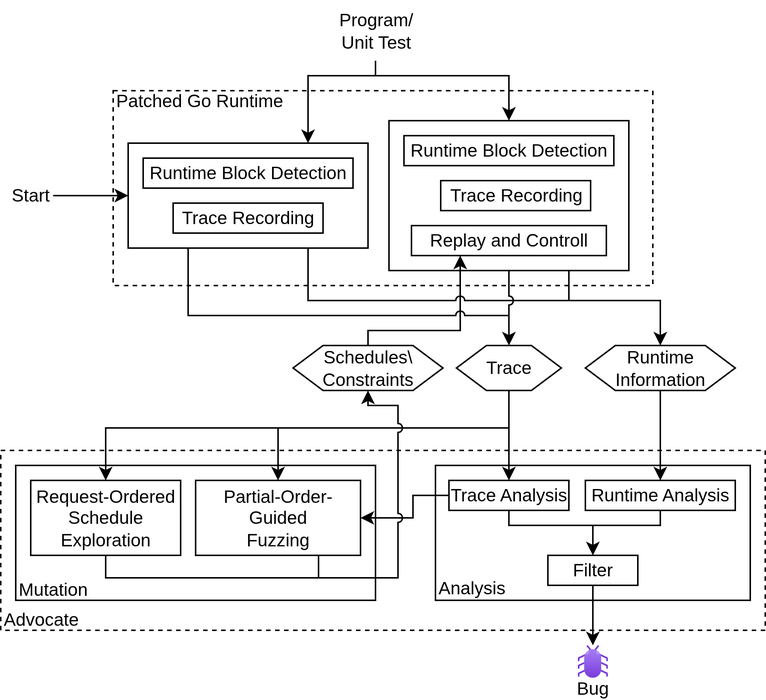
Before: doc/img/architecture/architecture.png, a diagram exported from draw.io (ErikKassubek/ADVOCATE). Source tidied: cells renumbered, new cells last; positions are measured from the earlier drawing's top-left corner, leaving out a move shared by most shapes.
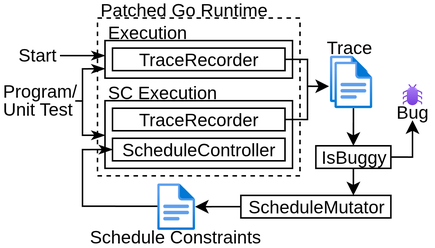
The same file after the commit.

Change to the diagram source:
```diff
@@ -2,240 +2,146 @@
   <root>
     <mxCell id="0" />
     <mxCell id="1" parent="0" />
-    <mxCell id="2" style="rounded=0;whiteSpace=wrap;html=1;dashed=1;" parent="1" vertex="1">
-      <mxGeometry x="75" y="60" width="360" height="130" as="geometry" />
-    </mxCell>
-    <mxCell id="3" style="group;" parent="1" vertex="1">
-      <mxGeometry x="259" y="80" width="160" height="100" as="geometry" />
-    </mxCell>
-    <mxCell id="4" style="edgeStyle=orthogonalEdgeStyle;rounded=0;jettySize=auto;html=1;entryX=0.5;entryY=0;entryDx=0;entryDy=0;" parent="3" edge="1" target="5">
-      <mxGeometry relative="1" as="geometry">
-        <mxPoint x="-14" y="-30" as="sourcePoint" />
-        <Array as="points">
-          <mxPoint x="-9" y="-30" />
-          <mxPoint x="80" y="-30" />
-        </Array>
-      </mxGeometry>
-    </mxCell>
-    <mxCell id="5" style="rounded=0;whiteSpace=wrap;html=1;" parent="3" vertex="1">
-      <mxGeometry width="160" height="100" as="geometry" />
-    </mxCell>
-    <mxCell id="6" value="Replay and Controll" style="rounded=0;whiteSpace=wrap;html=1;" parent="3" vertex="1">
-      <mxGeometry x="15" y="70" width="130" height="20" as="geometry" />
-    </mxCell>
-    <mxCell id="7" value="Trace Recording" style="rounded=0;whiteSpace=wrap;html=1;" parent="3" vertex="1">
-      <mxGeometry x="34.5" y="40" width="100" height="20" as="geometry" />
-    </mxCell>
-    <mxCell id="8" value="Runtime Block Detection" style="rounded=0;whiteSpace=wrap;html=1;" parent="3" vertex="1">
-      <mxGeometry x="10" y="10" width="140" height="20" as="geometry" />
-    </mxCell>
-    <mxCell id="9" style="rounded=0;whiteSpace=wrap;html=1;dashed=1;" parent="1" vertex="1">
-      <mxGeometry y="300" width="510" height="120" as="geometry" />
-    </mxCell>
-    <mxCell id="10" style="edgeStyle=orthogonalEdgeStyle;rounded=0;jettySize=auto;html=1;exitX=0.5;exitY=0;exitDx=0;exitDy=0;entryX=0.25;entryY=1;entryDx=0;entryDy=0;" parent="1" edge="1" source="14" target="6">
-      <mxGeometry relative="1" as="geometry">
-        <Array as="points">
-          <mxPoint x="245" y="220" />
-          <mxPoint x="307" y="220" />
-        </Array>
-      </mxGeometry>
-    </mxCell>
-    <mxCell id="11" style="edgeStyle=orthogonalEdgeStyle;rounded=0;jettySize=auto;html=1;exitX=0.75;exitY=1;exitDx=0;exitDy=0;entryX=0.5;entryY=0;entryDx=0;entryDy=0;" parent="1" edge="1" source="5" target="12">
-      <mxGeometry relative="1" as="geometry">
-        <Array as="points">
-          <mxPoint x="379" y="200" />
-          <mxPoint x="440" y="200" />
-        </Array>
-      </mxGeometry>
-    </mxCell>
-    <mxCell id="12" value="Runtime&lt;div&gt;Information&lt;/div&gt;" style="shape=hexagon;perimeter=hexagonPerimeter2;whiteSpace=wrap;html=1;fixedSize=1;" parent="1" vertex="1">
-      <mxGeometry x="390" y="230" width="100" height="30" as="geometry" />
-    </mxCell>
+    <mxCell id="44" value="Patched Go Runtime" style="text;html=1;whiteSpace=wrap;strokeColor=none;fillColor=none;align=left;verticalAlign=middle;rounded=0;" parent="1" vertex="1">
+      <mxGeometry x="-60" y="135" width="115" height="10" as="geometry" />
+    </mxCell>
+    <mxCell id="26" value="Start" style="text;html=1;whiteSpace=wrap;strokeColor=none;fillColor=none;align=center;verticalAlign=middle;rounded=0;" parent="1" vertex="1">
+      <mxGeometry x="-115" y="165" width="30" height="10" as="geometry" />
+    </mxCell>
+    <mxCell id="52" style="group;" parent="1" vertex="1">
+      <mxGeometry x="-125" y="189" width="50" height="22" as="geometry" />
+    </mxCell>
+    <mxCell id="53" value="Program/" style="text;html=1;whiteSpace=wrap;strokeColor=none;fillColor=none;align=left;verticalAlign=middle;rounded=0;" parent="52" vertex="1">
+      <mxGeometry width="50" height="10" as="geometry" />
+    </mxCell>
+    <mxCell id="54" value="Unit Test" style="text;html=1;whiteSpace=wrap;strokeColor=none;fillColor=none;align=left;verticalAlign=middle;rounded=0;" parent="52" vertex="1">
+      <mxGeometry y="12" width="50" height="10" as="geometry" />
+    </mxCell>
+    <mxCell id="55" style="rounded=0;whiteSpace=wrap;html=1;dashed=1;" parent="1" vertex="1">
+      <mxGeometry x="-60" y="145" width="135" height="105" as="geometry" />
+    </mxCell>
+    <mxCell id="56" style="rounded=0;whiteSpace=wrap;html=1;" parent="1" vertex="1">
+      <mxGeometry x="-55" y="160" width="125" height="25" as="geometry" />
+    </mxCell>
+    <mxCell id="57" style="edgeStyle=orthogonalEdgeStyle;rounded=0;jettySize=auto;html=1;exitX=1;exitY=0.5;exitDx=0;exitDy=0;entryX=-0.026;entryY=0.659;entryDx=0;entryDy=0;entryPerimeter=0;" parent="1" edge="1" source="58" target="74">
+      <mxGeometry relative="1" as="geometry">
+        <Array as="points">
+          <mxPoint x="80" y="172" />
+          <mxPoint x="80" y="190" />
+        </Array>
+      </mxGeometry>
+    </mxCell>
+    <mxCell id="58" value="TraceRecorder" style="rounded=0;whiteSpace=wrap;html=1;" parent="1" vertex="1">
+      <mxGeometry x="-50" y="165" width="115" height="15" as="geometry" />
+    </mxCell>
+    <mxCell id="59" value="Execution" style="text;html=1;whiteSpace=wrap;strokeColor=none;fillColor=none;align=left;verticalAlign=middle;rounded=0;" parent="1" vertex="1">
+      <mxGeometry x="-55" y="150" width="60" height="10" as="geometry" />
+    </mxCell>
+    <mxCell id="60" style="group;" parent="1" vertex="1">
+      <mxGeometry x="-55" y="190" width="125" height="55" as="geometry" />
+    </mxCell>
+    <mxCell id="61" style="rounded=0;whiteSpace=wrap;html=1;" parent="60" vertex="1">
+      <mxGeometry y="10" width="125" height="45" as="geometry" />
+    </mxCell>
+    <mxCell id="62" style="edgeStyle=orthogonalEdgeStyle;rounded=0;jettySize=auto;html=1;exitX=1;exitY=0.5;exitDx=0;exitDy=0;endArrow=none;endFill=0;" parent="60" edge="1" source="63">
+      <mxGeometry relative="1" as="geometry">
+        <mxPoint x="135" y="23" as="targetPoint" />
+      </mxGeometry>
+    </mxCell>
+    <mxCell id="63" value="TraceRecorder" style="rounded=0;whiteSpace=wrap;html=1;" parent="60" vertex="1">
+      <mxGeometry x="5" y="15" width="115" height="15" as="geometry" />
+    </mxCell>
+    <mxCell id="64" value="SC Execution" style="text;html=1;whiteSpace=wrap;strokeColor=none;fillColor=none;align=left;verticalAlign=middle;rounded=0;" parent="60" vertex="1">
+      <mxGeometry width="90" height="10" as="geometry" />
+    </mxCell>
+    <mxCell id="65" value="ScheduleController" style="rounded=0;whiteSpace=wrap;html=1;" parent="60" vertex="1">
+      <mxGeometry x="5" y="35" width="115" height="15" as="geometry" />
+    </mxCell>
+    <mxCell id="66" style="edgeStyle=orthogonalEdgeStyle;rounded=0;jettySize=auto;html=1;exitX=1.003;exitY=-0.085;exitDx=0;exitDy=0;entryX=0;entryY=0.5;entryDx=0;entryDy=0;endArrow=classicThin;endFill=1;exitPerimeter=0;" parent="1" edge="1" source="54" target="61">
+      <mxGeometry relative="1" as="geometry">
+        <Array as="points">
+          <mxPoint x="-70" y="200" />
+          <mxPoint x="-70" y="223" />
+          <mxPoint x="-55" y="223" />
+        </Array>
+      </mxGeometry>
+    </mxCell>
+    <mxCell id="67" style="edgeStyle=orthogonalEdgeStyle;rounded=0;jettySize=auto;html=1;entryX=0;entryY=0.75;entryDx=0;entryDy=0;endArrow=classicThin;endFill=1;" parent="1" edge="1" target="56">
+      <mxGeometry relative="1" as="geometry">
+        <mxPoint x="-70" y="200" as="sourcePoint" />
+        <Array as="points">
+          <mxPoint x="-70" y="200" />
+          <mxPoint x="-70" y="179" />
+        </Array>
+      </mxGeometry>
+    </mxCell>
+    <mxCell id="68" style="edgeStyle=orthogonalEdgeStyle;rounded=0;jettySize=auto;html=1;endArrow=classicThin;endFill=1;" parent="1" edge="1" source="26">
+      <mxGeometry relative="1" as="geometry">
+        <mxPoint x="-55" y="170" as="targetPoint" />
+      </mxGeometry>
+    </mxCell>
+    <mxCell id="69" style="edgeStyle=orthogonalEdgeStyle;rounded=0;jettySize=auto;html=1;exitX=0.023;exitY=0.491;exitDx=0;exitDy=0;entryX=0;entryY=0.5;entryDx=0;entryDy=0;endArrow=classicThin;endFill=1;exitPerimeter=0;" parent="1" edge="1" source="72" target="65">
+      <mxGeometry relative="1" as="geometry">
+        <Array as="points">
+          <mxPoint x="-70" y="270" />
+          <mxPoint x="-70" y="232" />
+        </Array>
+      </mxGeometry>
+    </mxCell>
+    <mxCell id="70" style="group;" parent="1" vertex="1">
+      <mxGeometry x="135" y="189" width="30" height="24" as="geometry" />
+    </mxCell>
+    <mxCell id="71" style="image;html=1;align=center;fontSize=12;image=img/lib/azure2/general/Bug.svg;" parent="70" vertex="1">
+      <mxGeometry x="8.5" width="12.9" height="14" as="geometry" />
+    </mxCell>
+    <mxCell id="47" value="Bug" style="text;html=1;whiteSpace=wrap;strokeColor=none;fillColor=none;align=center;verticalAlign=middle;rounded=0;" parent="70" vertex="1">
+      <mxGeometry y="14" width="30" height="10" as="geometry" />
+    </mxCell>
+    <mxCell id="72" style="image;html=1;points=[];align=center;fontSize=12;image=img/lib/azure2/general/File.svg;" parent="1" vertex="1">
+      <mxGeometry x="-20.2" y="255" width="25.2" height="31" as="geometry" />
+    </mxCell>
+    <mxCell id="73" style="group;" parent="1" vertex="1">
+      <mxGeometry x="95" y="170" width="28.2" height="35" as="geometry" />
+    </mxCell>
+    <mxCell id="74" style="image;html=1;points=[];align=center;fontSize=12;image=img/lib/azure2/general/File.svg;" parent="73" vertex="1">
+      <mxGeometry width="25.2" height="31" as="geometry" />
+    </mxCell>
+    <mxCell id="75" style="image;html=1;points=[];align=center;fontSize=12;image=img/lib/azure2/general/File.svg;" parent="73" vertex="1">
+      <mxGeometry x="3" y="4" width="25.2" height="31" as="geometry" />
+    </mxCell>
-    <mxCell id="13" value="Trace" style="shape=hexagon;perimeter=hexagonPerimeter2;whiteSpace=wrap;html=1;fixedSize=1;" parent="1" vertex="1">
-      <mxGeometry x="304" y="230" width="70" height="30" as="geometry" />
+    <mxCell id="13" value="Trace" style="text;html=1;whiteSpace=wrap;strokeColor=none;fillColor=none;align=center;verticalAlign=middle;rounded=0;" parent="1" vertex="1">
+      <mxGeometry x="93.2" y="160" width="30" height="10" as="geometry" />
     </mxCell>
-    <mxCell id="14" value="Schedules\&lt;div&gt;Constraints&lt;/div&gt;" style="shape=hexagon;perimeter=hexagonPerimeter2;whiteSpace=wrap;html=1;fixedSize=1;" parent="1" vertex="1">
-      <mxGeometry x="195" y="230" width="100" height="30" as="geometry" />
-    </mxCell>
-    <mxCell id="15" style="group;" parent="1" vertex="1">
-      <mxGeometry x="290" y="310" width="210" height="90" as="geometry" />
-    </mxCell>
-    <mxCell id="16" style="rounded=0;whiteSpace=wrap;html=1;" parent="15" vertex="1">
-      <mxGeometry width="210" height="90" as="geometry" />
-    </mxCell>
-    <mxCell id="17" value="Filter" style="rounded=0;whiteSpace=wrap;html=1;" parent="15" vertex="1">
-      <mxGeometry x="75" y="60" width="60" height="20" as="geometry" />
-    </mxCell>
-    <mxCell id="18" style="edgeStyle=orthogonalEdgeStyle;rounded=0;jettySize=auto;html=1;exitX=0.5;exitY=1;exitDx=0;exitDy=0;entryX=0.5;entryY=0;entryDx=0;entryDy=0;" parent="15" edge="1" source="19" target="17">
-      <mxGeometry relative="1" as="geometry">
-        <Array as="points">
-          <mxPoint x="150" y="40" />
-          <mxPoint x="105" y="40" />
-        </Array>
-      </mxGeometry>
-    </mxCell>
-    <mxCell id="19" value="Runtime Analysis" style="rounded=0;whiteSpace=wrap;html=1;" parent="15" vertex="1">
-      <mxGeometry x="100" y="10" width="100" height="20" as="geometry" />
-    </mxCell>
-    <mxCell id="20" style="edgeStyle=orthogonalEdgeStyle;rounded=0;jettySize=auto;html=1;exitX=0.5;exitY=1;exitDx=0;exitDy=0;endArrow=none;endFill=0;" parent="15" edge="1" source="21">
-      <mxGeometry relative="1" as="geometry">
-        <mxPoint x="110" y="40" as="targetPoint" />
-        <Array as="points">
-          <mxPoint x="50" y="40" />
-          <mxPoint x="95" y="40" />
-        </Array>
-      </mxGeometry>
-    </mxCell>
-    <mxCell id="21" value="Trace Analysis" style="rounded=0;whiteSpace=wrap;html=1;" parent="15" vertex="1">
-      <mxGeometry x="9" y="10" width="80" height="20" as="geometry" />
-    </mxCell>
-    <mxCell id="22" value="Analysis" style="text;html=1;align=left;verticalAlign=middle;whiteSpace=wrap;rounded=0;" parent="15" vertex="1">
-      <mxGeometry y="74" width="50" height="16" as="geometry" />
-    </mxCell>
-    <mxCell id="23" style="edgeStyle=orthogonalEdgeStyle;rounded=0;jettySize=auto;html=1;exitX=0.5;exitY=1;exitDx=0;exitDy=0;entryX=0.5;entryY=0;entryDx=0;entryDy=0;" parent="1" edge="1" source="12" target="19">
-      <mxGeometry relative="1" as="geometry">
-        <Array as="points">
-          <mxPoint x="440" y="270" />
-          <mxPoint x="440" y="270" />
-        </Array>
-      </mxGeometry>
-    </mxCell>
-    <mxCell id="24" style="edgeStyle=orthogonalEdgeStyle;rounded=0;jettySize=auto;html=1;exitX=0.5;exitY=1;exitDx=0;exitDy=0;entryX=0.5;entryY=0;entryDx=0;entryDy=0;" parent="1" edge="1" source="13" target="21">
-      <mxGeometry relative="1" as="geometry">
-        <Array as="points">
-          <mxPoint x="339" y="260" />
-        </Array>
-      </mxGeometry>
-    </mxCell>
-    <mxCell id="25" style="rounded=0;jettySize=auto;html=1;entryX=0;entryY=0.5;entryDx=0;entryDy=0;" parent="1" edge="1" source="26" target="31">
-      <mxGeometry relative="1" as="geometry" />
-    </mxCell>
-    <mxCell id="26" value="Start" style="text;html=1;align=center;verticalAlign=middle;whiteSpace=wrap;rounded=0;" parent="1" vertex="1">
-      <mxGeometry x="5" y="115" width="30" height="30" as="geometry" />
-    </mxCell>
-    <mxCell id="27" style="edgeStyle=orthogonalEdgeStyle;rounded=0;orthogonalLoop=1;jettySize=auto;html=1;entryX=0.75;entryY=0;entryDx=0;entryDy=0;" parent="1" edge="1">
-      <mxGeometry relative="1" as="geometry">
-        <mxPoint x="250" y="40" as="sourcePoint" />
-        <mxPoint x="205" y="95" as="targetPoint" />
-        <Array as="points">
-          <mxPoint x="250" y="50" />
-          <mxPoint x="205" y="50" />
-        </Array>
-      </mxGeometry>
-    </mxCell>
-    <mxCell id="28" value="&lt;span style=&quot;text-wrap-mode: wrap; float: none; background-color: rgb(255, 255, 255); display: inline !important; color: rgb(0, 0, 0);&quot;&gt;Program/&lt;/span&gt;&lt;div style=&quot;text-wrap-mode: wrap; color: rgb(0, 0, 0);&quot;&gt;&lt;span style=&quot;background-color: rgb(255, 255, 255);&quot;&gt;Unit Test&lt;/span&gt;&lt;/div&gt;" style="text;html=1;align=center;verticalAlign=middle;strokeColor=none;fillColor=none;" parent="1" vertex="1">
-      <mxGeometry x="215" width="70" height="40" as="geometry" />
-    </mxCell>
-    <mxCell id="29" style="group;" parent="1" vertex="1">
-      <mxGeometry x="85" y="95" width="160" height="70" as="geometry" />
-    </mxCell>
-    <mxCell id="30" style="edgeStyle=orthogonalEdgeStyle;rounded=0;jettySize=auto;html=1;exitX=0.25;exitY=1;exitDx=0;exitDy=0;endArrow=none;endFill=0;jumpStyle=arc;" parent="29" edge="1" source="31">
-      <mxGeometry relative="1" as="geometry">
-        <mxPoint x="254" y="115" as="targetPoint" />
-        <Array as="points">
-          <mxPoint x="40" y="115" />
-        </Array>
-      </mxGeometry>
-    </mxCell>
-    <mxCell id="31" style="rounded=0;whiteSpace=wrap;html=1;" parent="29" vertex="1">
-      <mxGeometry width="160" height="70" as="geometry" />
-    </mxCell>
-    <mxCell id="32" value="Trace Recording" style="rounded=0;whiteSpace=wrap;html=1;" parent="29" vertex="1">
-      <mxGeometry x="30" y="40" width="100" height="20" as="geometry" />
-    </mxCell>
-    <mxCell id="33" value="Runtime Block Detection" style="rounded=0;whiteSpace=wrap;html=1;" parent="29" vertex="1">
-      <mxGeometry x="10" y="10" width="140" height="20" as="geometry" />
-    </mxCell>
-    <mxCell id="34" style="edgeStyle=orthogonalEdgeStyle;rounded=0;jettySize=auto;html=1;exitX=0.75;exitY=1;exitDx=0;exitDy=0;endArrow=none;endFill=0;jumpStyle=arc;" parent="29" edge="1" source="31">
-      <mxGeometry relative="1" as="geometry">
-        <mxPoint x="293.9" y="105" as="targetPoint" />
-        <Array as="points">
-          <mxPoint x="120" y="105" />
-        </Array>
-      </mxGeometry>
-    </mxCell>
-    <mxCell id="35" style="rounded=0;whiteSpace=wrap;html=1;" parent="1" vertex="1">
-      <mxGeometry x="10" y="310" width="240" height="90" as="geometry" />
-    </mxCell>
-    <mxCell id="36" style="edgeStyle=orthogonalEdgeStyle;rounded=0;jettySize=auto;html=1;exitX=0.5;exitY=1;exitDx=0;exitDy=0;endArrow=none;endFill=0;" parent="1" edge="1" source="38">
-      <mxGeometry relative="1" as="geometry">
-        <mxPoint x="185" y="385" as="targetPoint" />
-        <Array as="points">
-          <mxPoint x="70" y="385" />
-        </Array>
-      </mxGeometry>
-    </mxCell>
-    <mxCell id="37" style="edgeStyle=orthogonalEdgeStyle;rounded=0;jettySize=auto;html=1;exitX=0.5;exitY=0;exitDx=0;exitDy=0;entryX=0.5;entryY=0;entryDx=0;entryDy=0;" parent="1" edge="1" target="38">
-      <mxGeometry relative="1" as="geometry">
-        <mxPoint x="185" y="290" as="sourcePoint" />
-        <Array as="points">
-          <mxPoint x="185" y="285" />
-          <mxPoint x="70" y="285" />
-        </Array>
-      </mxGeometry>
-    </mxCell>
-    <mxCell id="38" value="Request-Ordered Schedule&lt;div&gt;Exploration&lt;/div&gt;" style="rounded=0;whiteSpace=wrap;html=1;" parent="1" vertex="1">
-      <mxGeometry x="20" y="320" width="100" height="50" as="geometry" />
-    </mxCell>
-    <mxCell id="39" style="edgeStyle=orthogonalEdgeStyle;rounded=0;jettySize=auto;html=1;exitX=0.5;exitY=0;exitDx=0;exitDy=0;endArrow=none;endFill=0;startArrow=classic;startFill=1;" parent="1" edge="1" source="40">
-      <mxGeometry relative="1" as="geometry">
-        <mxPoint x="335" y="285" as="targetPoint" />
-        <Array as="points">
-          <mxPoint x="185" y="285" />
-          <mxPoint x="339" y="285" />
-        </Array>
-      </mxGeometry>
-    </mxCell>
-    <mxCell id="40" value="Partial-Order-&lt;div&gt;Guided&lt;/div&gt;&lt;div&gt;Fuzzing&lt;/div&gt;" style="rounded=0;whiteSpace=wrap;html=1;" parent="1" vertex="1">
-      <mxGeometry x="130" y="320" width="110" height="50" as="geometry" />
-    </mxCell>
-    <mxCell id="41" value="Mutation" style="text;html=1;align=left;verticalAlign=middle;whiteSpace=wrap;rounded=0;" parent="1" vertex="1">
-      <mxGeometry x="10" y="386" width="47.4" height="14" as="geometry" />
-    </mxCell>
-    <mxCell id="42" style="edgeStyle=orthogonalEdgeStyle;rounded=0;jettySize=auto;html=1;exitX=0.5;exitY=1;exitDx=0;exitDy=0;entryX=0.5;entryY=0;entryDx=0;entryDy=0;jumpStyle=arc;" parent="1" edge="1" source="5" target="13">
-      <mxGeometry relative="1" as="geometry" />
-    </mxCell>
-    <mxCell id="43" value="Advocate" style="text;html=1;align=left;verticalAlign=middle;whiteSpace=wrap;rounded=0;" parent="1" vertex="1">
-      <mxGeometry y="406" width="60" height="14" as="geometry" />
-    </mxCell>
-    <mxCell id="44" value="Patched Go Runtime" style="text;html=1;align=left;verticalAlign=middle;whiteSpace=wrap;rounded=0;" parent="1" vertex="1">
-      <mxGeometry x="75" y="60" width="120" height="14" as="geometry" />
-    </mxCell>
-    <mxCell id="45" style="edgeStyle=orthogonalEdgeStyle;rounded=0;jettySize=auto;html=1;exitX=0.5;exitY=1;exitDx=0;exitDy=0;" parent="1" edge="1" source="17" target="48">
-      <mxGeometry relative="1" as="geometry" />
-    </mxCell>
-    <mxCell id="46" style="group;" parent="1" vertex="1">
-      <mxGeometry x="375" y="430" width="40" height="36.7" as="geometry" />
-    </mxCell>
-    <mxCell id="47" value="Bug" style="text;html=1;align=center;verticalAlign=middle;whiteSpace=wrap;rounded=0;" parent="46" vertex="1">
-      <mxGeometry y="21.7" width="40" height="15" as="geometry" />
-    </mxCell>
-    <mxCell id="48" style="image;html=1;points=[];align=center;fontSize=12;image=img/lib/azure2/general/Bug.svg;" parent="46" vertex="1">
-      <mxGeometry x="10" width="20" height="21.7" as="geometry" />
-    </mxCell>
-    <mxCell id="49" style="edgeStyle=orthogonalEdgeStyle;rounded=0;jettySize=auto;html=1;exitX=0;exitY=0.5;exitDx=0;exitDy=0;entryX=1;entryY=0.5;entryDx=0;entryDy=0;" parent="1" edge="1" source="21" target="40">
-      <mxGeometry relative="1" as="geometry">
-        <Array as="points">
-          <mxPoint x="275" y="330" />
-          <mxPoint x="275" y="345" />
-        </Array>
-      </mxGeometry>
-    </mxCell>
-    <mxCell id="50" style="edgeStyle=orthogonalEdgeStyle;rounded=0;jettySize=auto;html=1;entryX=0.5;entryY=1;entryDx=0;entryDy=0;jumpStyle=arc;" parent="1" edge="1" target="14">
-      <mxGeometry relative="1" as="geometry">
-        <mxPoint x="185" y="385" as="sourcePoint" />
-        <Array as="points">
-          <mxPoint x="265" y="385" />
-          <mxPoint x="265" y="270" />
-          <mxPoint x="245" y="270" />
-        </Array>
-      </mxGeometry>
-    </mxCell>
-    <mxCell id="51" style="endArrow=none;html=1;rounded=0;endFill=0;" parent="1" edge="1">
-      <mxGeometry relative="1" as="geometry">
-        <mxPoint x="212" y="370" as="sourcePoint" />
-        <mxPoint x="212" y="385" as="targetPoint" />
-      </mxGeometry>
-    </mxCell>
+    <mxCell id="76" value="Schedule Constraints" style="text;html=1;whiteSpace=wrap;strokeColor=none;fillColor=none;align=center;verticalAlign=middle;rounded=0;" parent="1" vertex="1">
+      <mxGeometry x="-67.6" y="286" width="120" height="10" as="geometry" />
+    </mxCell>
+    <mxCell id="77" style="endArrow=none;html=1;rounded=0;" parent="1" edge="1">
+      <mxGeometry relative="1" as="geometry">
+        <mxPoint x="80" y="210" as="sourcePoint" />
+        <mxPoint x="80" y="190" as="targetPoint" />
+        <Array as="points">
+          <mxPoint x="80" y="213" />
+          <mxPoint x="80" y="210" />
+        </Array>
+      </mxGeometry>
+    </mxCell>
+    <mxCell id="78" style="edgeStyle=orthogonalEdgeStyle;rounded=0;jettySize=auto;html=1;exitX=0.5;exitY=1;exitDx=0;exitDy=0;entryX=0.75;entryY=0;entryDx=0;entryDy=0;" parent="1" edge="1" source="80" target="81">
+      <mxGeometry relative="1" as="geometry" />
+    </mxCell>
+    <mxCell id="79" style="edgeStyle=orthogonalEdgeStyle;rounded=0;jettySize=auto;html=1;exitX=1;exitY=0.5;exitDx=0;exitDy=0;entryX=0.5;entryY=1;entryDx=0;entryDy=0;" parent="1" edge="1" source="80" target="47">
+      <mxGeometry relative="1" as="geometry" />
+    </mxCell>
+    <mxCell id="80" value="IsBuggy" style="rounded=0;whiteSpace=wrap;html=1;align=center;" parent="1" vertex="1">
+      <mxGeometry x="85.6" y="230" width="50" height="15" as="geometry" />
+    </mxCell>
+    <mxCell id="81" value="ScheduleMutator" style="rounded=0;whiteSpace=wrap;html=1;align=center;" parent="1" vertex="1">
+      <mxGeometry x="35.6" y="263" width="100" height="15" as="geometry" />
+    </mxCell>
+    <mxCell id="82" style="edgeStyle=orthogonalEdgeStyle;rounded=0;jettySize=auto;html=1;entryX=0.5;entryY=0;entryDx=0;entryDy=0;" parent="1" edge="1" source="75" target="80">
+      <mxGeometry relative="1" as="geometry" />
+    </mxCell>
+    <mxCell id="83" style="edgeStyle=orthogonalEdgeStyle;rounded=0;jettySize=auto;html=1;exitX=0;exitY=0.5;exitDx=0;exitDy=0;entryX=1.001;entryY=0.531;entryDx=0;entryDy=0;entryPerimeter=0;" parent="1" edge="1" source="81" target="72">
+      <mxGeometry relative="1" as="geometry" />
+    </mxCell>
   </root>
 </mxGraphModel>
```
